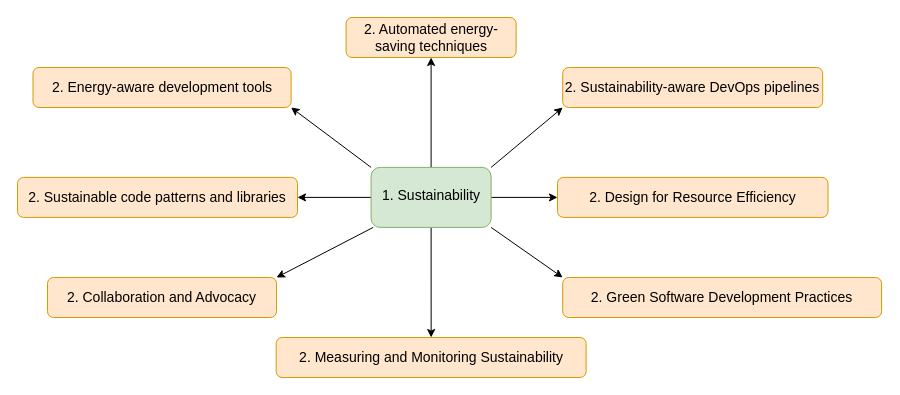
The draw.io diagram page "T6-1. Sustainability" (7 of 8) of FiveWhatSoftwareArch.drawio in Gaur4vGaur/probable-octo, before the edit. Source tidied: cells renumbered, new cells numbered last; positions are measured from the earlier drawing's top-left corner, leaving out a move shared by most shapes. Both pictures are drawn from the tidied source at 100%, with x=0, y=0 at pixel (17, 17).
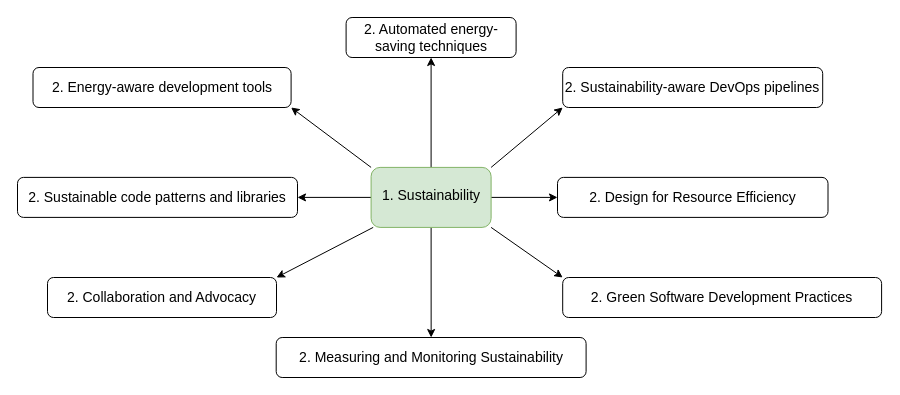
After the change.

Diff of the diagram source:
```diff
@@
 <mxGraphModel>
   <root>
     <mxCell id="0" />
     <mxCell id="1" parent="0" />
     <mxCell id="2" style="rounded=0;jettySize=auto;html=1;entryX=0;entryY=0.5;entryDx=0;entryDy=0;" parent="1" edge="1" source="10" target="11">
       <mxGeometry relative="1" as="geometry" />
     </mxCell>
     <mxCell id="3" style="rounded=0;jettySize=auto;html=1;entryX=0;entryY=0;entryDx=0;entryDy=0;exitX=1;exitY=1;exitDx=0;exitDy=0;" parent="1" edge="1" source="10" target="12">
       <mxGeometry relative="1" as="geometry" />
     </mxCell>
     <mxCell id="4" style="rounded=0;jettySize=auto;html=1;entryX=1;entryY=0;entryDx=0;entryDy=0;" parent="1" edge="1" source="10" target="14">
       <mxGeometry relative="1" as="geometry" />
     </mxCell>
     <mxCell id="5" style="rounded=0;jettySize=auto;html=1;" parent="1" edge="1" source="10" target="15">
       <mxGeometry relative="1" as="geometry" />
     </mxCell>
     <mxCell id="6" style="rounded=0;jettySize=auto;html=1;exitX=0;exitY=0;exitDx=0;exitDy=0;entryX=1;entryY=1;entryDx=0;entryDy=0;" parent="1" edge="1" source="10" target="16">
       <mxGeometry relative="1" as="geometry" />
     </mxCell>
     <mxCell id="7" style="rounded=0;jettySize=auto;html=1;entryX=0;entryY=1;entryDx=0;entryDy=0;exitX=1;exitY=0;exitDx=0;exitDy=0;" parent="1" edge="1" source="10" target="18">
       <mxGeometry relative="1" as="geometry" />
     </mxCell>
-    <mxCell id="8" style="edgeStyle=none;shape=connector;rounded=0;jettySize=auto;html=1;entryX=0.5;entryY=1;entryDx=0;entryDy=0;labelBackgroundColor=default;strokeColor=default;align=center;verticalAlign=middle;fontFamily=Helvetica;fontSize=11;fontColor=default;endArrow=classic;" parent="1" edge="1" source="10" target="17">
+    <mxCell id="8" style="edgeStyle=none;shape=connector;rounded=0;jettySize=auto;html=1;entryX=0.5;entryY=1;entryDx=0;entryDy=0;labelBackgroundColor=default;align=center;verticalAlign=middle;fontFamily=Helvetica;fontSize=11;fontColor=default;endArrow=classic;" parent="1" edge="1" source="10" target="17">
       <mxGeometry relative="1" as="geometry" />
     </mxCell>
-    <mxCell id="9" style="edgeStyle=none;shape=connector;rounded=0;jettySize=auto;html=1;entryX=0.5;entryY=0;entryDx=0;entryDy=0;labelBackgroundColor=default;strokeColor=default;align=center;verticalAlign=middle;fontFamily=Helvetica;fontSize=11;fontColor=default;endArrow=classic;" parent="1" edge="1" source="10" target="13">
+    <mxCell id="9" style="edgeStyle=none;shape=connector;rounded=0;jettySize=auto;html=1;entryX=0.5;entryY=0;entryDx=0;entryDy=0;labelBackgroundColor=default;align=center;verticalAlign=middle;fontFamily=Helvetica;fontSize=11;fontColor=default;endArrow=classic;" parent="1" edge="1" source="10" target="13">
       <mxGeometry relative="1" as="geometry" />
     </mxCell>
     <mxCell id="10" value="1. Sustainability&lt;span style=&quot;background-color: initial;&quot;&gt;&lt;br&gt;&lt;/span&gt;&lt;ul style=&quot;--tw-border-spacing-x: 0; --tw-border-spacing-y: 0; --tw-translate-x: 0; --tw-translate-y: 0; --tw-rotate: 0; --tw-skew-x: 0; --tw-skew-y: 0; --tw-scale-x: 1; --tw-scale-y: 1; --tw-pan-x: ; --tw-pan-y: ; --tw-pinch-zoom: ; --tw-scroll-snap-strictness: proximity; --tw-ordinal: ; --tw-slashed-zero: ; --tw-numeric-figure: ; --tw-numeric-spacing: ; --tw-numeric-fraction: ; --tw-ring-inset: ; --tw-ring-offset-width: 0px; --tw-ring-offset-color: #fff; --tw-ring-color: rgb(59 130 246 / .5); --tw-ring-offset-shadow: 0 0 #0000; --tw-ring-shadow: 0 0 #0000; --tw-shadow: 0 0 #0000; --tw-shadow-colored: 0 0 #0000; --tw-blur: ; --tw-brightness: ; --tw-contrast: ; --tw-grayscale: ; --tw-hue-rotate: ; --tw-invert: ; --tw-saturate: ; --tw-sepia: ; --tw-drop-shadow: ; --tw-backdrop-blur: ; --tw-backdrop-brightness: ; --tw-backdrop-contrast: ; --tw-backdrop-grayscale: ; --tw-backdrop-hue-rotate: ; --tw-backdrop-invert: ; --tw-backdrop-opacity: ; --tw-backdrop-saturate: ; --tw-backdrop-sepia: ; margin: 4px 0px; padding-inline-start: 36px;&quot;&gt;&lt;span style=&quot;--tw-border-spacing-x: 0; --tw-border-spacing-y: 0; --tw-translate-x: 0; --tw-translate-y: 0; --tw-rotate: 0; --tw-skew-x: 0; --tw-skew-y: 0; --tw-scale-x: 1; --tw-scale-y: 1; --tw-pan-x: ; --tw-pan-y: ; --tw-pinch-zoom: ; --tw-scroll-snap-strictness: proximity; --tw-ordinal: ; --tw-slashed-zero: ; --tw-numeric-figure: ; --tw-numeric-spacing: ; --tw-numeric-fraction: ; --tw-ring-inset: ; --tw-ring-offset-width: 0px; --tw-ring-offset-color: #fff; --tw-ring-color: rgb(59 130 246 / .5); --tw-ring-offset-shadow: 0 0 #0000; --tw-ring-shadow: 0 0 #0000; --tw-shadow: 0 0 #0000; --tw-shadow-colored: 0 0 #0000; --tw-blur: ; --tw-brightness: ; --tw-contrast: ; --tw-grayscale: ; --tw-hue-rotate: ; --tw-invert: ; --tw-saturate: ; --tw-sepia: ; --tw-drop-shadow: ; --tw-backdrop-blur: ; --tw-backdrop-brightness: ; --tw-backdrop-contrast: ; --tw-backdrop-grayscale: ; --tw-backdrop-hue-rotate: ; --tw-backdrop-invert: ; --tw-backdrop-opacity: ; --tw-backdrop-saturate: ; --tw-backdrop-sepia: ; color: rgb(227, 227, 227); font-family: &amp;quot;Google Sans&amp;quot;, &amp;quot;Helvetica Neue&amp;quot;, sans-serif; font-size: 16px; text-align: start; background-color: rgb(19, 19, 20);&quot;&gt;&lt;/span&gt;&lt;/ul&gt;" style="rounded=1;whiteSpace=wrap;html=1;fontSize=14;fillColor=#d5e8d4;strokeColor=#82b366;" parent="1" vertex="1">
       <mxGeometry x="353.6" y="149.9" width="120" height="60" as="geometry" />
     </mxCell>
-    <mxCell id="11" value="2. Design for Resource Efficiency" style="rounded=1;whiteSpace=wrap;html=1;fontSize=14;fillColor=#ffe6cc;strokeColor=#d79b00;" parent="1" vertex="1">
+    <mxCell id="11" value="2. Design for Resource Efficiency" style="rounded=1;whiteSpace=wrap;html=1;fontSize=14;" parent="1" vertex="1">
       <mxGeometry x="540" y="159.9" width="270.5" height="40" as="geometry" />
     </mxCell>
-    <mxCell id="12" value="2. Green Software Development Practices" style="rounded=1;whiteSpace=wrap;html=1;fontSize=14;fillColor=#ffe6cc;strokeColor=#d79b00;" parent="1" vertex="1">
+    <mxCell id="12" value="2. Green Software Development Practices" style="rounded=1;whiteSpace=wrap;html=1;fontSize=14;" parent="1" vertex="1">
       <mxGeometry x="545.2" y="260" width="318.9" height="40" as="geometry" />
     </mxCell>
-    <mxCell id="13" value="2. Measuring and Monitoring Sustainability" style="rounded=1;whiteSpace=wrap;html=1;fontSize=14;fillColor=#ffe6cc;strokeColor=#d79b00;" parent="1" vertex="1">
+    <mxCell id="13" value="2. Measuring and Monitoring Sustainability" style="rounded=1;whiteSpace=wrap;html=1;fontSize=14;" parent="1" vertex="1">
       <mxGeometry x="258.7" y="320" width="309.9" height="40" as="geometry" />
     </mxCell>
-    <mxCell id="14" value="2. Collaboration and Advocacy" style="rounded=1;whiteSpace=wrap;html=1;fontSize=14;fillColor=#ffe6cc;strokeColor=#d79b00;" parent="1" vertex="1">
+    <mxCell id="14" value="2. Collaboration and Advocacy" style="rounded=1;whiteSpace=wrap;html=1;fontSize=14;" parent="1" vertex="1">
       <mxGeometry x="30" y="260" width="229" height="40" as="geometry" />
     </mxCell>
-    <mxCell id="15" value="2. Sustainable code patterns and libraries" style="rounded=1;whiteSpace=wrap;html=1;fontSize=14;fillColor=#ffe6cc;strokeColor=#d79b00;" parent="1" vertex="1">
+    <mxCell id="15" value="2. Sustainable code patterns and libraries" style="rounded=1;whiteSpace=wrap;html=1;fontSize=14;" parent="1" vertex="1">
       <mxGeometry y="159.9" width="280" height="40" as="geometry" />
     </mxCell>
-    <mxCell id="16" value="2. Energy-aware development tools" style="rounded=1;whiteSpace=wrap;html=1;fontSize=14;fillColor=#ffe6cc;strokeColor=#d79b00;" parent="1" vertex="1">
+    <mxCell id="16" value="2. Energy-aware development tools" style="rounded=1;whiteSpace=wrap;html=1;fontSize=14;" parent="1" vertex="1">
       <mxGeometry x="15.5" y="50" width="258.1" height="40" as="geometry" />
     </mxCell>
-    <mxCell id="17" value="2. Automated energy-saving techniques" style="rounded=1;whiteSpace=wrap;html=1;fontSize=14;fillColor=#ffe6cc;strokeColor=#d79b00;" parent="1" vertex="1">
+    <mxCell id="17" value="2. Automated energy-saving techniques" style="rounded=1;whiteSpace=wrap;html=1;fontSize=14;" parent="1" vertex="1">
       <mxGeometry x="328.6" width="170" height="40" as="geometry" />
     </mxCell>
-    <mxCell id="18" value="2. Sustainability-aware DevOps pipelines" style="rounded=1;whiteSpace=wrap;html=1;fontSize=14;fillColor=#ffe6cc;strokeColor=#d79b00;" parent="1" vertex="1">
+    <mxCell id="18" value="2. Sustainability-aware DevOps pipelines" style="rounded=1;whiteSpace=wrap;html=1;fontSize=14;" parent="1" vertex="1">
       <mxGeometry x="545.2" y="50" width="260" height="40" as="geometry" />
     </mxCell>
   </root>
 </mxGraphModel>
```
